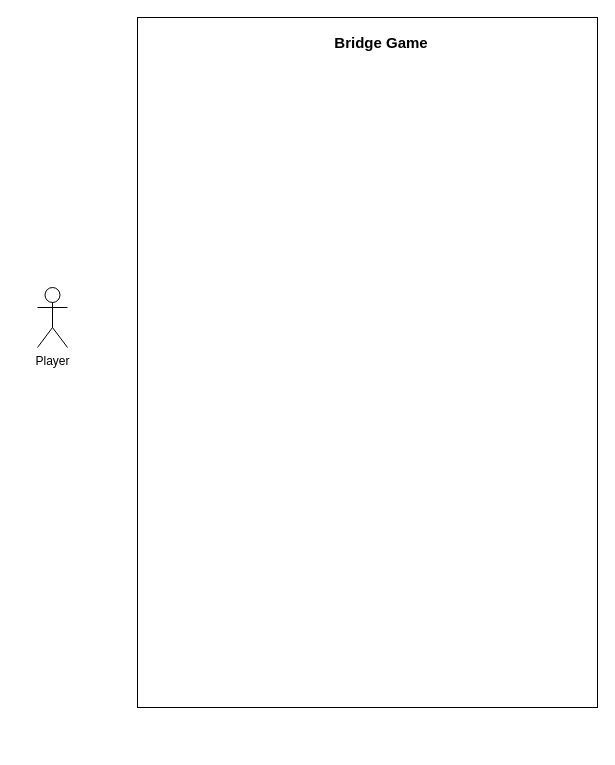
Above: diagram/Diagram.drawio in iGH01gi/SE_Term_Project (draw.io), before the change. Source tidied: cells renumbered, new cells numbered last; positions are measured from the earlier drawing's top-left corner, leaving out a move shared by most shapes. Both pictures are drawn from the tidied source at 100%, with x=0, y=0 at pixel (37, 17).
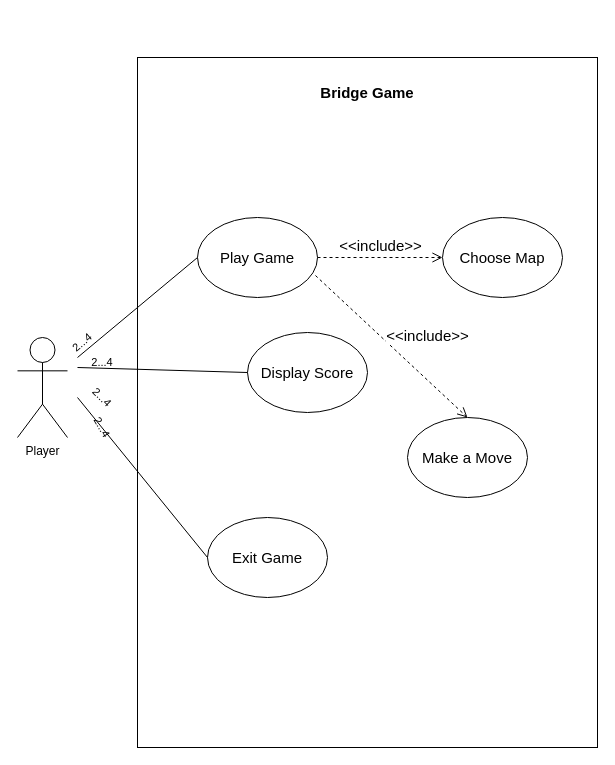
Above is the later version.

What changed in the source:
```diff
@@
     <mxCell id="2" value="Player" style="shape=umlActor;verticalLabelPosition=bottom;verticalAlign=top;html=1;" parent="1" vertex="1">
-      <mxGeometry y="270" width="30" height="60" as="geometry" />
+      <mxGeometry x="-20" y="320" width="50" height="100" as="geometry" />
     </mxCell>
     <mxCell id="3" style="rounded=0;whiteSpace=wrap;html=1;" parent="1" vertex="1">
-      <mxGeometry x="100" width="460" height="690" as="geometry" />
+      <mxGeometry x="100" y="40" width="460" height="690" as="geometry" />
     </mxCell>
     <mxCell id="4" value="Bridge Game" style="text;html=1;strokeColor=none;fillColor=none;align=center;verticalAlign=middle;whiteSpace=wrap;rounded=0;fontStyle=1;fontSize=15;" parent="1" vertex="1">
-      <mxGeometry x="269" y="10" width="150" height="30" as="geometry" />
+      <mxGeometry x="255" y="60" width="150" height="30" as="geometry" />
     </mxCell>
+    <mxCell id="5" value="Choose Map" style="ellipse;whiteSpace=wrap;html=1;fontSize=15;" parent="1" vertex="1">
+      <mxGeometry x="405" y="200" width="120" height="80" as="geometry" />
+    </mxCell>
+    <mxCell id="6" value="Make a Move" style="ellipse;whiteSpace=wrap;html=1;fontSize=15;" parent="1" vertex="1">
+      <mxGeometry x="370" y="400" width="120" height="80" as="geometry" />
+    </mxCell>
+    <mxCell id="7" value="Play Game" style="ellipse;whiteSpace=wrap;html=1;fontSize=15;" parent="1" vertex="1">
+      <mxGeometry x="160" y="200" width="120" height="80" as="geometry" />
+    </mxCell>
+    <mxCell id="8" value="Exit Game" style="ellipse;whiteSpace=wrap;html=1;fontSize=15;" parent="1" vertex="1">
+      <mxGeometry x="170" y="500" width="120" height="80" as="geometry" />
+    </mxCell>
+    <mxCell id="9" value="Display Score" style="ellipse;whiteSpace=wrap;html=1;fontSize=15;" parent="1" vertex="1">
+      <mxGeometry x="210" y="315" width="120" height="80" as="geometry" />
+    </mxCell>
+    <mxCell id="10" value="&amp;lt;&amp;lt;include&amp;gt;&amp;gt;" style="html=1;verticalAlign=bottom;endArrow=open;dashed=1;endSize=8;rounded=0;fontSize=15;entryX=0;entryY=0.5;entryDx=0;entryDy=0;" parent="1" edge="1" source="7" target="5">
+      <mxGeometry relative="1" as="geometry" />
+    </mxCell>
+    <mxCell id="11" style="endArrow=none;html=1;rounded=0;fontSize=15;entryX=0;entryY=0.5;entryDx=0;entryDy=0;" parent="1" edge="1" target="7">
+      <mxGeometry relative="1" as="geometry">
+        <mxPoint x="40" y="340" as="sourcePoint" />
+      </mxGeometry>
+    </mxCell>
+    <mxCell id="12" style="endArrow=none;html=1;rounded=0;fontSize=15;entryX=0;entryY=0.5;entryDx=0;entryDy=0;" parent="1" edge="1" target="9">
+      <mxGeometry relative="1" as="geometry">
+        <mxPoint x="40" y="350" as="sourcePoint" />
+      </mxGeometry>
+    </mxCell>
+    <mxCell id="13" style="endArrow=none;html=1;rounded=0;fontSize=15;entryX=0;entryY=0.5;entryDx=0;entryDy=0;" parent="1" edge="1" target="8">
+      <mxGeometry relative="1" as="geometry">
+        <mxPoint x="40" y="380" as="sourcePoint" />
+      </mxGeometry>
+    </mxCell>
+    <mxCell id="14" value="2...4" style="text;html=1;strokeColor=none;fillColor=none;align=center;verticalAlign=middle;whiteSpace=wrap;rounded=0;fontStyle=0;fontSize=11;rotation=-40;" parent="1" vertex="1">
+      <mxGeometry x="20" y="310" width="50" height="30" as="geometry" />
+    </mxCell>
+    <mxCell id="15" value="2...4" style="text;html=1;strokeColor=none;fillColor=none;align=center;verticalAlign=middle;whiteSpace=wrap;rounded=0;fontStyle=0;fontSize=11;rotation=0;" parent="1" vertex="1">
+      <mxGeometry x="40" y="330" width="50" height="30" as="geometry" />
+    </mxCell>
+    <mxCell id="16" value="2...4" style="text;html=1;strokeColor=none;fillColor=none;align=center;verticalAlign=middle;whiteSpace=wrap;rounded=0;fontStyle=0;fontSize=11;rotation=45;" parent="1" vertex="1">
+      <mxGeometry x="40" y="365" width="50" height="30" as="geometry" />
+    </mxCell>
+    <mxCell id="17" value="2...4" style="text;html=1;strokeColor=none;fillColor=none;align=center;verticalAlign=middle;whiteSpace=wrap;rounded=0;fontStyle=0;fontSize=11;rotation=60;" parent="1" vertex="1">
+      <mxGeometry x="40" y="395" width="50" height="30" as="geometry" />
+    </mxCell>
+    <mxCell id="18" value="&amp;lt;&amp;lt;include&amp;gt;&amp;gt;" style="html=1;verticalAlign=bottom;endArrow=open;dashed=1;endSize=8;rounded=0;fontSize=15;entryX=0.5;entryY=0;entryDx=0;entryDy=0;exitX=0.983;exitY=0.725;exitDx=0;exitDy=0;exitPerimeter=0;" parent="1" edge="1" source="7" target="6">
+      <mxGeometry x="0.26" y="24" relative="1" as="geometry" />
+    </mxCell>
```
